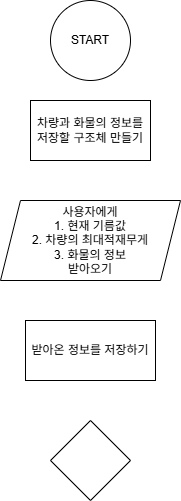
Above: CargoDriverFlow.drawio.png in good-thing/CargoDriver (draw.io), before the change. Source tidied: cells renumbered, new cells last; positions are measured from the earlier drawing's top-left corner, leaving out a move shared by most shapes.
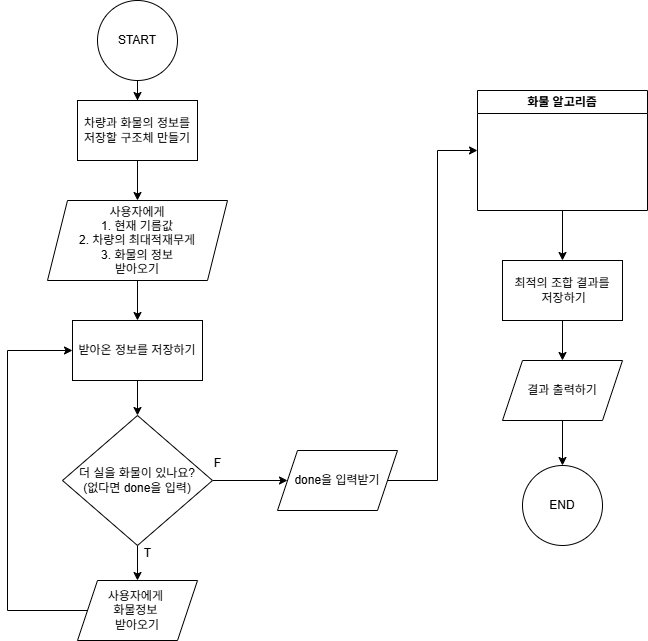
The same diagram one commit later.

What changed in the source:
```diff
@@ -2,20 +2,82 @@
   <root>
     <mxCell id="0" />
     <mxCell id="1" parent="0" />
+    <mxCell id="7" style="edgeStyle=orthogonalEdgeStyle;rounded=0;jettySize=auto;html=1;" parent="1" edge="1" source="2" target="5">
+      <mxGeometry relative="1" as="geometry" />
+    </mxCell>
     <mxCell id="2" value="START" style="ellipse;whiteSpace=wrap;html=1;" parent="1" vertex="1">
       <mxGeometry x="50" width="80" height="80" as="geometry" />
     </mxCell>
+    <mxCell id="8" style="edgeStyle=orthogonalEdgeStyle;rounded=0;jettySize=auto;html=1;" parent="1" edge="1" source="3" target="4">
+      <mxGeometry relative="1" as="geometry" />
+    </mxCell>
     <mxCell id="3" value="사용자에게&lt;div&gt;1. 현재 기름값&lt;/div&gt;&lt;div&gt;2. 차량의 최대적재무게&lt;/div&gt;&lt;div&gt;3. 화물의 정보&lt;/div&gt;&lt;div&gt;받아오기&lt;/div&gt;" style="shape=parallelogram;perimeter=parallelogramPerimeter;whiteSpace=wrap;html=1;fixedSize=1;" parent="1" vertex="1">
       <mxGeometry y="200" width="180" height="80" as="geometry" />
     </mxCell>
+    <mxCell id="9" style="edgeStyle=orthogonalEdgeStyle;rounded=0;jettySize=auto;html=1;" parent="1" edge="1" source="4" target="6">
+      <mxGeometry relative="1" as="geometry" />
+    </mxCell>
     <mxCell id="4" value="받아온 정보를 저장하기" style="rounded=0;whiteSpace=wrap;html=1;" parent="1" vertex="1">
       <mxGeometry x="25" y="320" width="130" height="60" as="geometry" />
     </mxCell>
+    <mxCell id="10" style="edgeStyle=orthogonalEdgeStyle;rounded=0;jettySize=auto;html=1;" parent="1" edge="1" source="5" target="3">
+      <mxGeometry relative="1" as="geometry" />
+    </mxCell>
     <mxCell id="5" value="차량과 화물의 정보를 저장할 구조체 만들기" style="rounded=0;whiteSpace=wrap;html=1;" parent="1" vertex="1">
       <mxGeometry x="30" y="100" width="120" height="60" as="geometry" />
     </mxCell>
+    <mxCell id="11" style="edgeStyle=orthogonalEdgeStyle;rounded=0;jettySize=auto;html=1;" parent="1" edge="1" source="6" target="19">
+      <mxGeometry relative="1" as="geometry" />
+    </mxCell>
+    <mxCell id="12" style="edgeStyle=orthogonalEdgeStyle;rounded=0;jettySize=auto;html=1;" parent="1" edge="1" source="6" target="21">
+      <mxGeometry relative="1" as="geometry" />
+    </mxCell>
-    <mxCell id="6" style="rhombus;whiteSpace=wrap;html=1;" parent="1" vertex="1">
-      <mxGeometry x="50" y="420" width="80" height="80" as="geometry" />
+    <mxCell id="6" value="더 실을 화물이 있나요?&lt;div&gt;(없다면 done을 입력)&lt;/div&gt;" style="rhombus;whiteSpace=wrap;html=1;" parent="1" vertex="1">
+      <mxGeometry x="15" y="415" width="150" height="130" as="geometry" />
     </mxCell>
+    <mxCell id="13" style="edgeStyle=orthogonalEdgeStyle;rounded=0;jettySize=auto;html=1;" parent="1" edge="1" source="14" target="23">
+      <mxGeometry relative="1" as="geometry" />
+    </mxCell>
+    <mxCell id="14" value="화물 알고리즘" style="swimlane;whiteSpace=wrap;html=1;" parent="1" vertex="1">
+      <mxGeometry x="430" y="90" width="170" height="120" as="geometry" />
+    </mxCell>
+    <mxCell id="15" style="edgeStyle=orthogonalEdgeStyle;rounded=0;jettySize=auto;html=1;" parent="1" edge="1" source="16" target="17">
+      <mxGeometry relative="1" as="geometry" />
+    </mxCell>
+    <mxCell id="16" value="결과 출력하기" style="shape=parallelogram;perimeter=parallelogramPerimeter;whiteSpace=wrap;html=1;fixedSize=1;" parent="1" vertex="1">
+      <mxGeometry x="455" y="360" width="120" height="60" as="geometry" />
+    </mxCell>
+    <mxCell id="17" value="END" style="ellipse;whiteSpace=wrap;html=1;" parent="1" vertex="1">
+      <mxGeometry x="475" y="465" width="80" height="80" as="geometry" />
+    </mxCell>
+    <mxCell id="18" style="edgeStyle=orthogonalEdgeStyle;rounded=0;jettySize=auto;html=1;entryX=0;entryY=0.5;entryDx=0;entryDy=0;" parent="1" edge="1" source="19" target="4">
+      <mxGeometry relative="1" as="geometry">
+        <Array as="points">
+          <mxPoint x="-40" y="610" />
+          <mxPoint x="-40" y="350" />
+        </Array>
+      </mxGeometry>
+    </mxCell>
+    <mxCell id="19" value="사용자에게&amp;nbsp;&lt;div&gt;화물정보&amp;nbsp;&lt;/div&gt;&lt;div&gt;받아오기&lt;/div&gt;" style="shape=parallelogram;perimeter=parallelogramPerimeter;whiteSpace=wrap;html=1;fixedSize=1;" parent="1" vertex="1">
+      <mxGeometry x="30" y="580" width="120" height="60" as="geometry" />
+    </mxCell>
+    <mxCell id="20" style="edgeStyle=orthogonalEdgeStyle;rounded=0;jettySize=auto;html=1;entryX=0;entryY=0.5;entryDx=0;entryDy=0;" parent="1" edge="1" source="21" target="14">
+      <mxGeometry relative="1" as="geometry" />
+    </mxCell>
+    <mxCell id="21" value="done을 입력받기" style="shape=parallelogram;perimeter=parallelogramPerimeter;whiteSpace=wrap;html=1;fixedSize=1;" parent="1" vertex="1">
+      <mxGeometry x="230" y="450" width="120" height="60" as="geometry" />
+    </mxCell>
+    <mxCell id="22" style="edgeStyle=orthogonalEdgeStyle;rounded=0;jettySize=auto;html=1;" parent="1" edge="1" source="23" target="16">
+      <mxGeometry relative="1" as="geometry" />
+    </mxCell>
+    <mxCell id="23" value="최적의 조합 결과를&lt;div&gt;&amp;nbsp;저장하기&lt;/div&gt;" style="rounded=0;whiteSpace=wrap;html=1;" parent="1" vertex="1">
+      <mxGeometry x="455" y="260" width="120" height="60" as="geometry" />
+    </mxCell>
+    <mxCell id="24" value="F" style="text;html=1;align=center;verticalAlign=middle;strokeColor=none;fillColor=none;" parent="1" vertex="1">
+      <mxGeometry x="155" y="448" width="30" height="30" as="geometry" />
+    </mxCell>
+    <mxCell id="25" value="T" style="text;html=1;align=center;verticalAlign=middle;strokeColor=none;fillColor=none;" parent="1" vertex="1">
+      <mxGeometry x="85" y="538" width="30" height="30" as="geometry" />
+    </mxCell>
   </root>
 </mxGraphModel>
```
